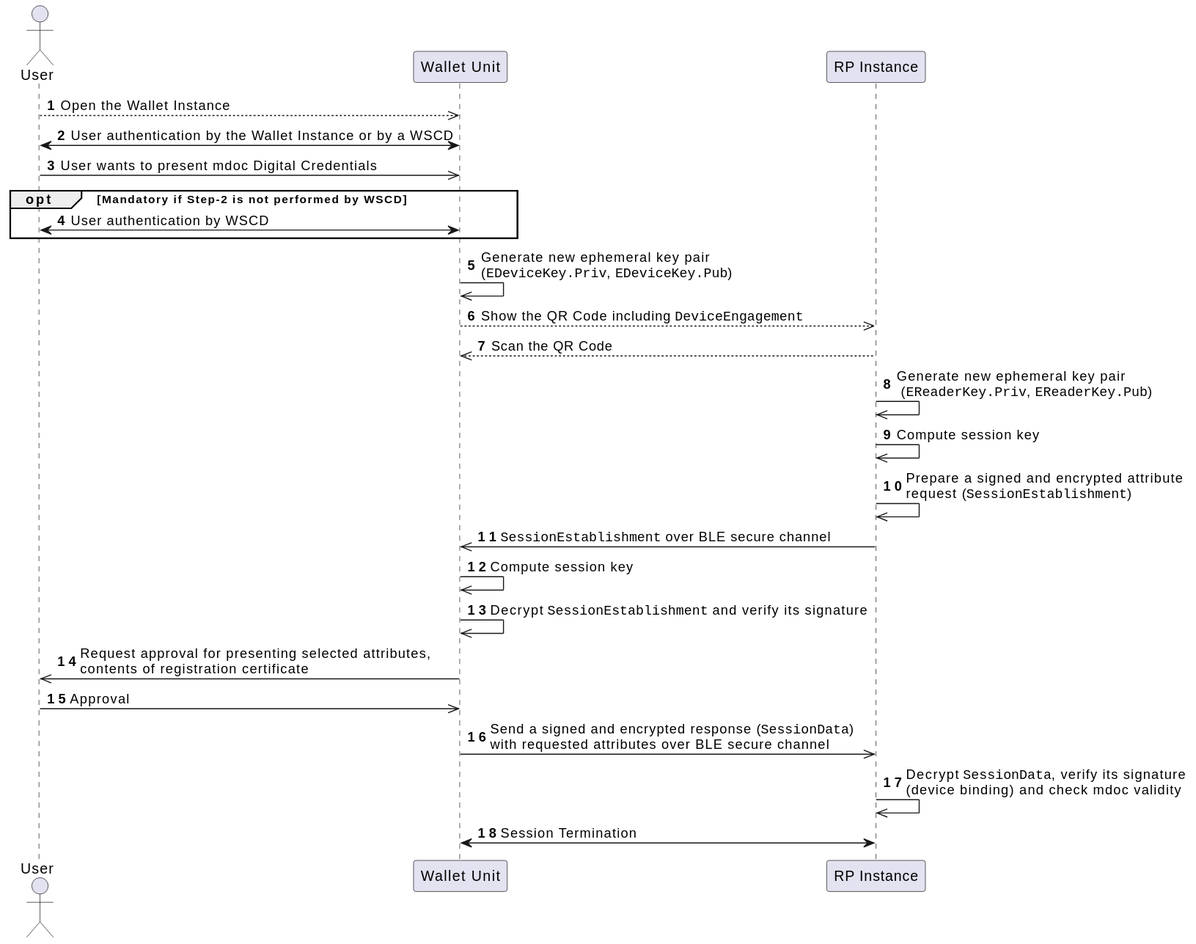
This is images/High-Level-Flow-ITWallet-Presentation-ISO-updated.svg from italia/eid-wallet-it-docs, a PlantUML export, as it was before one commit. The source it was exported from:
```plantuml
@startuml
autonumber

    actor User as u

    participant "Wallet Unit" as w
    participant "RP Instance" as v

    u-->>w: Open the Wallet Instance
    u<->w: User authentication by the Wallet Instance or by a WSCD

    u->>w: User wants to present mdoc Digital Credentials
    opt Mandatory if Step-2 is not performed by WSCD
    w<->u: User authentication by WSCD
    end
    w->>w: Generate new ephemeral key pair \n(""EDeviceKey.Priv"", ""EDeviceKey.Pub"")
    w-->>v: Show the QR Code including ""DeviceEngagement""
    v-->>w: Scan the QR Code
    v->>v: Generate new ephemeral key pair \n (""EReaderKey.Priv"", ""EReaderKey.Pub"")
    v->>v: Compute session key


    v->>v: Prepare a signed and encrypted attribute \nrequest (""SessionEstablishment"")
    v->>w: ""SessionEstablishment"" over BLE secure channel
    w->>w: Compute session key
    w->>w: Decrypt ""SessionEstablishment"" and verify its signature
    w->>u: Request approval for presenting selected attributes, \ncontents of registration certificate
    u->>w: Approval
    w->>v: Send a signed and encrypted response (""SessionData"") \nwith requested attributes over BLE secure channel
    v->>v: Decrypt ""SessionData"", verify its signature \n(device binding) and check mdoc validity
    w<->v: Session Termination
@enduml
```
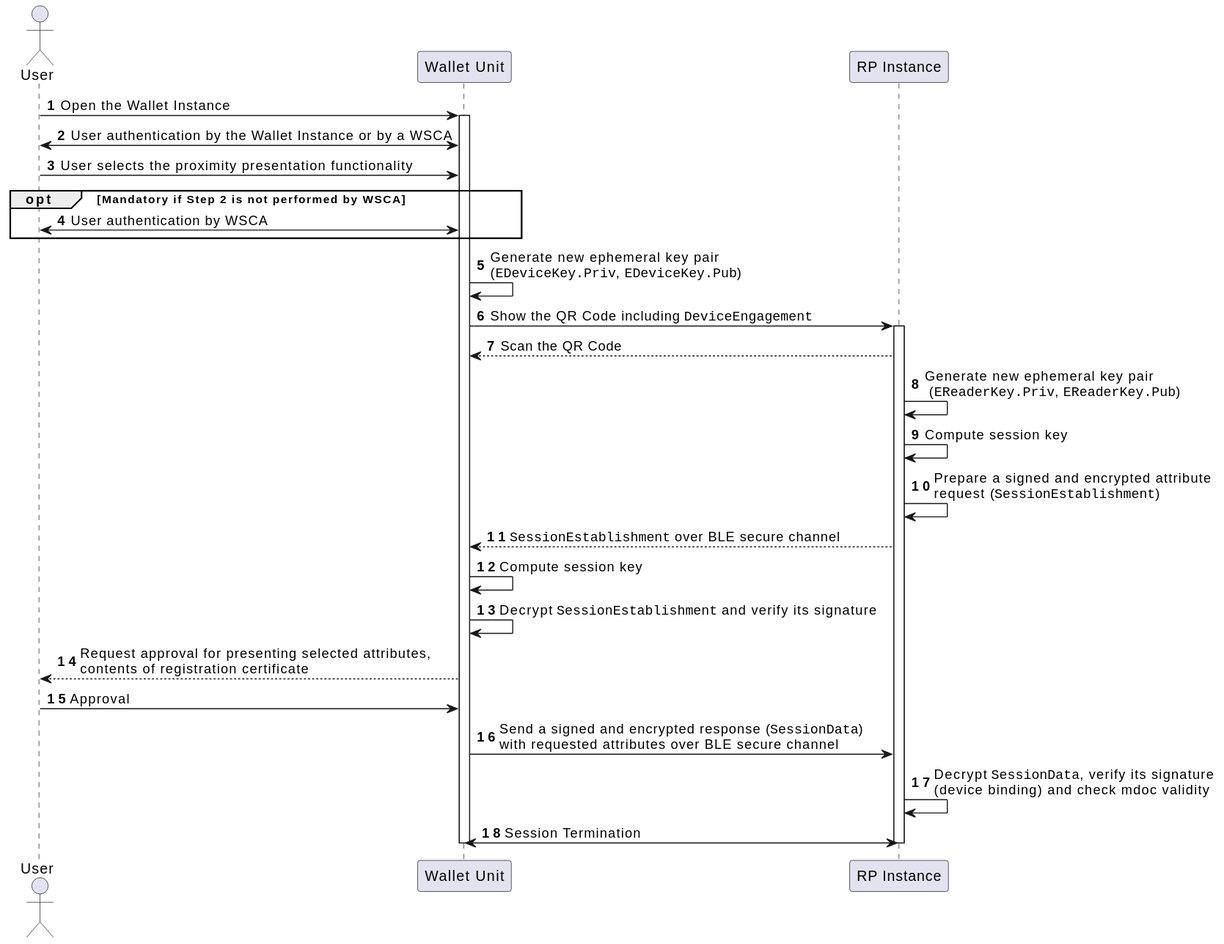
After the change.

What changed in the source:
```diff
@@ -6,27 +6,31 @@
     participant "Wallet Unit" as w
     participant "RP Instance" as v
 
-    u-->>w: Open the Wallet Instance
-    u<->w: User authentication by the Wallet Instance or by a WSCD
+    u->w: Open the Wallet Instance
+    activate w
+    u<->w: User authentication by the Wallet Instance or by a WSCA
 
-    u->>w: User wants to present mdoc Digital Credentials
-    opt Mandatory if Step-2 is not performed by WSCD
-    w<->u: User authentication by WSCD
+    u->w: User selects the proximity presentation functionality
+    opt Mandatory if Step 2 is not performed by WSCA
+    w<->u: User authentication by WSCA
     end
-    w->>w: Generate new ephemeral key pair \n(""EDeviceKey.Priv"", ""EDeviceKey.Pub"")
-    w-->>v: Show the QR Code including ""DeviceEngagement""
-    v-->>w: Scan the QR Code
-    v->>v: Generate new ephemeral key pair \n (""EReaderKey.Priv"", ""EReaderKey.Pub"")
-    v->>v: Compute session key
+    w->w: Generate new ephemeral key pair \n(""EDeviceKey.Priv"", ""EDeviceKey.Pub"")
+    w->v: Show the QR Code including ""DeviceEngagement""
+    activate v
+    v-->w: Scan the QR Code
+    v->v: Generate new ephemeral key pair \n (""EReaderKey.Priv"", ""EReaderKey.Pub"")
+    v->v: Compute session key
 
 
-    v->>v: Prepare a signed and encrypted attribute \nrequest (""SessionEstablishment"")
-    v->>w: ""SessionEstablishment"" over BLE secure channel
-    w->>w: Compute session key
-    w->>w: Decrypt ""SessionEstablishment"" and verify its signature
-    w->>u: Request approval for presenting selected attributes, \ncontents of registration certificate
-    u->>w: Approval
-    w->>v: Send a signed and encrypted response (""SessionData"") \nwith requested attributes over BLE secure channel
-    v->>v: Decrypt ""SessionData"", verify its signature \n(device binding) and check mdoc validity
+    v->v: Prepare a signed and encrypted attribute \nrequest (""SessionEstablishment"")
+    v-->w: ""SessionEstablishment"" over BLE secure channel
+    w->w: Compute session key
+    w->w: Decrypt ""SessionEstablishment"" and verify its signature
+    w-->u: Request approval for presenting selected attributes, \ncontents of registration certificate
+    u->w: Approval
+    w->v: Send a signed and encrypted response (""SessionData"") \nwith requested attributes over BLE secure channel
+    v->v: Decrypt ""SessionData"", verify its signature \n(device binding) and check mdoc validity
     w<->v: Session Termination
+    deactivate v
+    deactivate w
 @enduml
```
